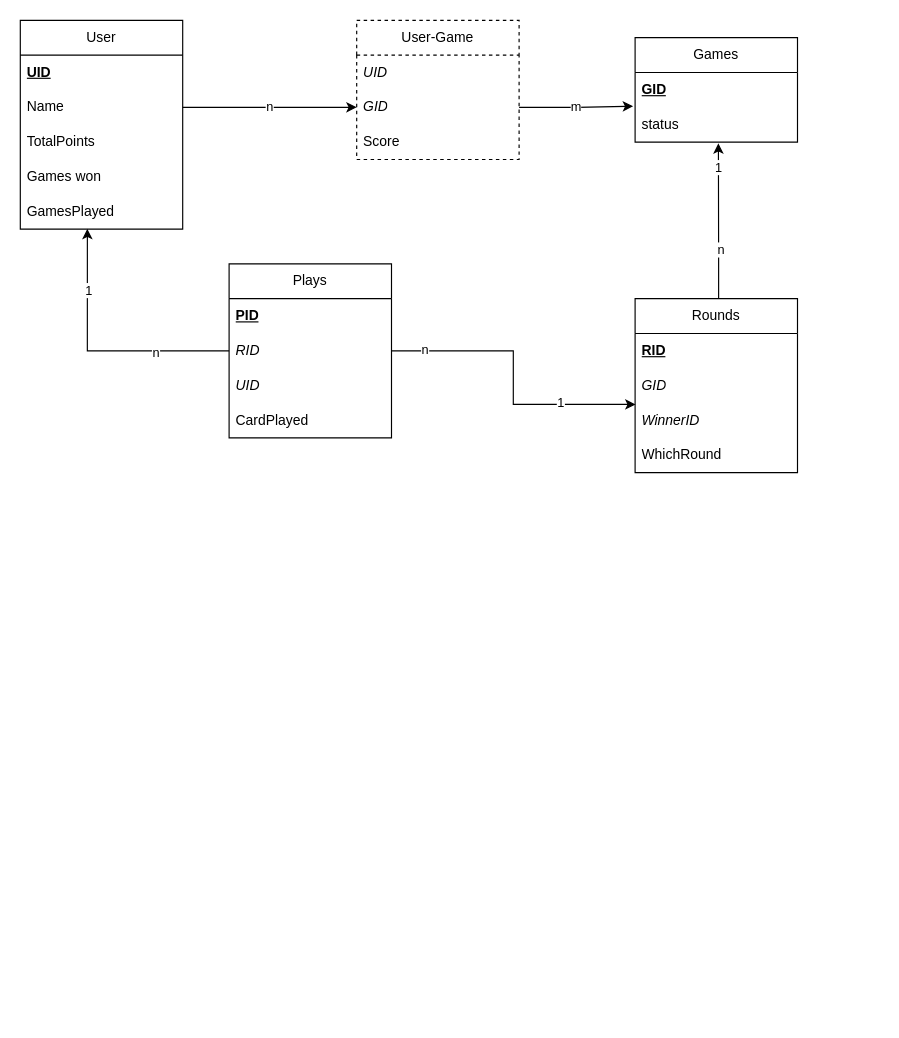
This is doc/ERM_v1.drawio from SIR-M3IN/JassSpiel, a draw.io file, before an edit. Source tidied: cells renumbered, new cells numbered last; positions are measured from the earlier drawing's top-left corner, leaving out a move shared by most shapes. Both pictures are drawn from the tidied source at 116%, with x=0, y=0 at pixel (20, 20).
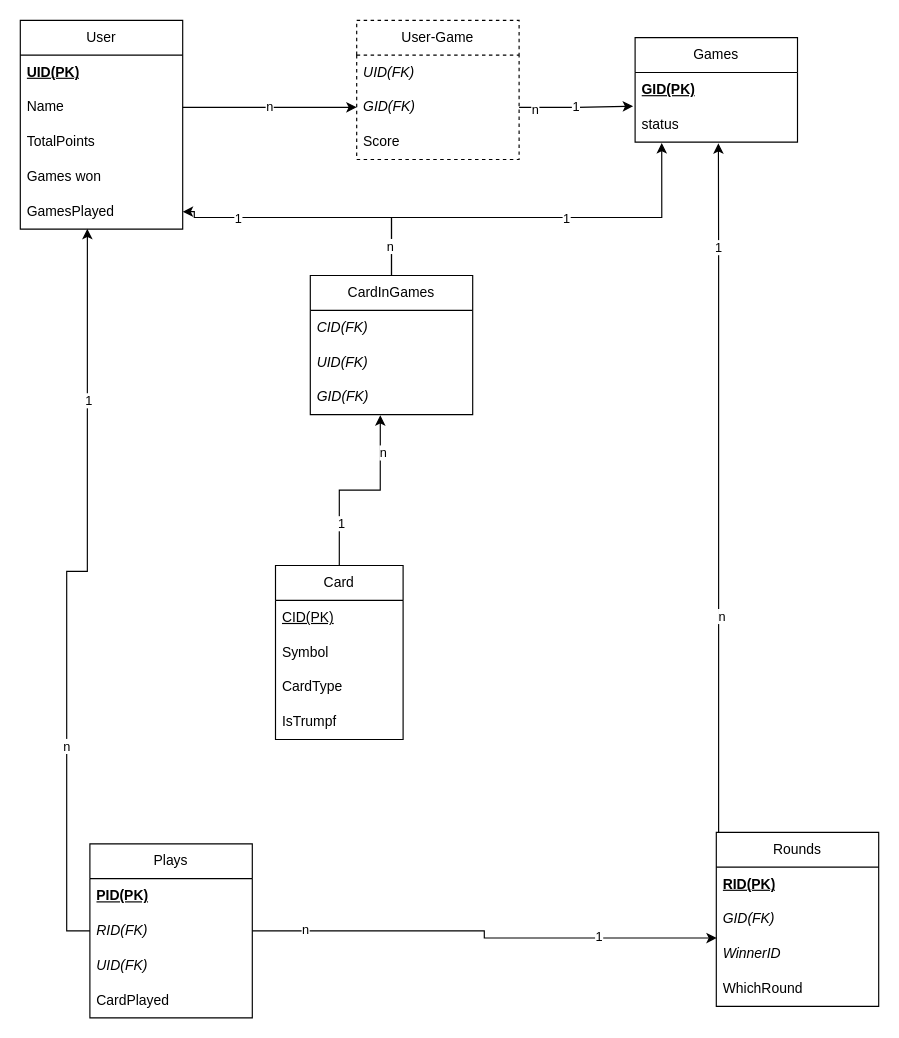
The same diagram, later.

Unchanged cells that the change refers to:
```xml
<mxCell id="2" value="User" style="swimlane;fontStyle=0;horizontal=1;startSize=30;whiteSpace=wrap;html=1;" parent="1" vertex="1">
  <mxGeometry width="140" height="180" as="geometry" />
</mxCell>
<mxCell id="7" value="GamesPlayed" style="text;strokeColor=none;fillColor=none;align=left;verticalAlign=middle;spacingLeft=4;spacingRight=4;overflow=hidden;points=[[0,0.5],[1,0.5]];portConstraint=eastwest;whiteSpace=wrap;html=1;" parent="2" vertex="1">
  <mxGeometry y="150" width="140" height="30" as="geometry" />
</mxCell>
<mxCell id="8" value="Games" style="swimlane;fontStyle=0;horizontal=1;startSize=30;whiteSpace=wrap;html=1;" parent="1" vertex="1">
  <mxGeometry x="530" y="15" width="140" height="90" as="geometry" />
</mxCell>
<mxCell id="10" value="status" style="text;strokeColor=none;fillColor=none;align=left;verticalAlign=middle;spacingLeft=4;spacingRight=4;overflow=hidden;points=[[0,0.5],[1,0.5]];portConstraint=eastwest;whiteSpace=wrap;html=1;" parent="8" vertex="1">
  <mxGeometry y="60" width="140" height="30" as="geometry" />
</mxCell>
<mxCell id="11" value="User-Game" style="swimlane;fontStyle=0;horizontal=1;startSize=30;whiteSpace=wrap;html=1;dashed=1;" parent="1" vertex="1">
  <mxGeometry x="290" width="140" height="120" as="geometry" />
</mxCell>
```

What changed in the source:
```diff
@@
-    <mxCell id="3" value="&lt;b&gt;&lt;u&gt;UID&lt;/u&gt;&lt;/b&gt;" style="text;strokeColor=none;fillColor=none;align=left;verticalAlign=middle;spacingLeft=4;spacingRight=4;overflow=hidden;whiteSpace=wrap;html=1;" parent="2" vertex="1">
+    <mxCell id="3" value="&lt;b&gt;&lt;u&gt;UID(PK)&lt;/u&gt;&lt;/b&gt;" style="text;strokeColor=none;fillColor=none;align=left;verticalAlign=middle;spacingLeft=4;spacingRight=4;overflow=hidden;whiteSpace=wrap;html=1;" parent="2" vertex="1">
       <mxGeometry y="30" width="140" height="30" as="geometry" />
     </mxCell>
@@
-    <mxCell id="9" value="&lt;u&gt;GID&lt;/u&gt;" style="text;strokeColor=none;fillColor=none;align=left;verticalAlign=middle;spacingLeft=4;spacingRight=4;overflow=hidden;whiteSpace=wrap;html=1;fontStyle=1;" parent="8" vertex="1">
+    <mxCell id="9" value="&lt;u&gt;GID(PK)&lt;/u&gt;" style="text;strokeColor=none;fillColor=none;align=left;verticalAlign=middle;spacingLeft=4;spacingRight=4;overflow=hidden;whiteSpace=wrap;html=1;fontStyle=1;" parent="8" vertex="1">
       <mxGeometry y="30" width="140" height="30" as="geometry" />
     </mxCell>
@@
-    <mxCell id="12" value="UID" style="text;strokeColor=none;fillColor=none;align=left;verticalAlign=middle;spacingLeft=4;spacingRight=4;overflow=hidden;whiteSpace=wrap;html=1;fontStyle=2;" parent="11" vertex="1">
+    <mxCell id="12" value="UID(FK)" style="text;strokeColor=none;fillColor=none;align=left;verticalAlign=middle;spacingLeft=4;spacingRight=4;overflow=hidden;whiteSpace=wrap;html=1;fontStyle=2;" parent="11" vertex="1">
       <mxGeometry y="30" width="140" height="30" as="geometry" />
     </mxCell>
-    <mxCell id="13" value="&lt;i&gt;GID&lt;/i&gt;" style="text;strokeColor=none;fillColor=none;align=left;verticalAlign=middle;spacingLeft=4;spacingRight=4;overflow=hidden;points=[[0,0.5],[1,0.5]];portConstraint=eastwest;whiteSpace=wrap;html=1;" parent="11" vertex="1">
+    <mxCell id="13" value="&lt;i&gt;GID(FK)&lt;/i&gt;" style="text;strokeColor=none;fillColor=none;align=left;verticalAlign=middle;spacingLeft=4;spacingRight=4;overflow=hidden;points=[[0,0.5],[1,0.5]];portConstraint=eastwest;whiteSpace=wrap;html=1;" parent="11" vertex="1">
       <mxGeometry y="60" width="140" height="30" as="geometry" />
     </mxCell>
@@
     <mxCell id="15" value="Rounds" style="swimlane;fontStyle=0;horizontal=1;startSize=30;whiteSpace=wrap;html=1;" parent="1" vertex="1">
-      <mxGeometry x="530" y="240" width="140" height="150" as="geometry" />
+      <mxGeometry x="600" y="700" width="140" height="150" as="geometry" />
     </mxCell>
-    <mxCell id="16" value="&lt;b&gt;&lt;u&gt;RID&lt;/u&gt;&lt;/b&gt;" style="text;strokeColor=none;fillColor=none;align=left;verticalAlign=middle;spacingLeft=4;spacingRight=4;overflow=hidden;whiteSpace=wrap;html=1;" parent="15" vertex="1">
+    <mxCell id="16" value="&lt;b&gt;&lt;u&gt;RID(PK)&lt;/u&gt;&lt;/b&gt;" style="text;strokeColor=none;fillColor=none;align=left;verticalAlign=middle;spacingLeft=4;spacingRight=4;overflow=hidden;whiteSpace=wrap;html=1;" parent="15" vertex="1">
       <mxGeometry y="30" width="140" height="30" as="geometry" />
     </mxCell>
-    <mxCell id="17" value="&lt;i&gt;GID&lt;/i&gt;" style="text;strokeColor=none;fillColor=none;align=left;verticalAlign=middle;spacingLeft=4;spacingRight=4;overflow=hidden;points=[[0,0.5],[1,0.5]];portConstraint=eastwest;whiteSpace=wrap;html=1;" parent="15" vertex="1">
+    <mxCell id="17" value="&lt;i&gt;GID(FK)&lt;/i&gt;" style="text;strokeColor=none;fillColor=none;align=left;verticalAlign=middle;spacingLeft=4;spacingRight=4;overflow=hidden;points=[[0,0.5],[1,0.5]];portConstraint=eastwest;whiteSpace=wrap;html=1;" parent="15" vertex="1">
       <mxGeometry y="60" width="140" height="30" as="geometry" />
     </mxCell>
@@
     <mxCell id="20" value="Plays" style="swimlane;fontStyle=0;horizontal=1;startSize=30;whiteSpace=wrap;html=1;" parent="1" vertex="1">
-      <mxGeometry x="180" y="210" width="140" height="150" as="geometry" />
+      <mxGeometry x="60" y="710" width="140" height="150" as="geometry" />
     </mxCell>
-    <mxCell id="21" value="&lt;b&gt;&lt;u&gt;PID&lt;/u&gt;&lt;/b&gt;" style="text;strokeColor=none;fillColor=none;align=left;verticalAlign=middle;spacingLeft=4;spacingRight=4;overflow=hidden;whiteSpace=wrap;html=1;" parent="20" vertex="1">
+    <mxCell id="21" value="&lt;b&gt;&lt;u&gt;PID(PK)&lt;/u&gt;&lt;/b&gt;" style="text;strokeColor=none;fillColor=none;align=left;verticalAlign=middle;spacingLeft=4;spacingRight=4;overflow=hidden;whiteSpace=wrap;html=1;" parent="20" vertex="1">
       <mxGeometry y="30" width="140" height="30" as="geometry" />
     </mxCell>
-    <mxCell id="22" value="&lt;i&gt;RID&lt;/i&gt;" style="text;strokeColor=none;fillColor=none;align=left;verticalAlign=middle;spacingLeft=4;spacingRight=4;overflow=hidden;points=[[0,0.5],[1,0.5]];portConstraint=eastwest;whiteSpace=wrap;html=1;" parent="20" vertex="1">
+    <mxCell id="22" value="&lt;i&gt;RID(FK)&lt;/i&gt;" style="text;strokeColor=none;fillColor=none;align=left;verticalAlign=middle;spacingLeft=4;spacingRight=4;overflow=hidden;points=[[0,0.5],[1,0.5]];portConstraint=eastwest;whiteSpace=wrap;html=1;" parent="20" vertex="1">
       <mxGeometry y="60" width="140" height="30" as="geometry" />
     </mxCell>
-    <mxCell id="23" value="&lt;i&gt;UID&lt;/i&gt;" style="text;strokeColor=none;fillColor=none;align=left;verticalAlign=middle;spacingLeft=4;spacingRight=4;overflow=hidden;whiteSpace=wrap;html=1;" parent="20" vertex="1">
+    <mxCell id="23" value="&lt;i&gt;UID(FK)&lt;/i&gt;" style="text;strokeColor=none;fillColor=none;align=left;verticalAlign=middle;spacingLeft=4;spacingRight=4;overflow=hidden;whiteSpace=wrap;html=1;" parent="20" vertex="1">
       <mxGeometry y="90" width="140" height="30" as="geometry" />
     </mxCell>
@@
-    <mxCell id="26" value="m" style="edgeStyle=orthogonalEdgeStyle;rounded=0;jettySize=auto;html=1;entryX=-0.012;entryY=-0.031;entryDx=0;entryDy=0;entryPerimeter=0;" parent="1" edge="1" source="13" target="10">
+    <mxCell id="26" value="1" style="edgeStyle=orthogonalEdgeStyle;rounded=0;jettySize=auto;html=1;entryX=-0.012;entryY=-0.031;entryDx=0;entryDy=0;entryPerimeter=0;" parent="1" edge="1" source="13" target="10">
       <mxGeometry relative="1" as="geometry">
         <Array as="points">
           <mxPoint x="480" y="75" />
           <mxPoint x="480" y="74" />
         </Array>
       </mxGeometry>
     </mxCell>
+    <mxCell id="36" value="n" style="edgeLabel;html=1;align=center;verticalAlign=middle;" parent="26" vertex="1">
+      <mxGeometry x="-0.73" y="-1" relative="1" as="geometry" />
+    </mxCell>
@@
+    <mxCell id="37" value="Card" style="swimlane;fontStyle=0;horizontal=1;startSize=30;whiteSpace=wrap;html=1;" parent="1" vertex="1">
+      <mxGeometry x="220" y="470" width="110" height="150" as="geometry" />
+    </mxCell>
+    <mxCell id="38" value="&lt;u&gt;CID(PK)&lt;/u&gt;" style="text;strokeColor=none;fillColor=none;align=left;verticalAlign=middle;spacingLeft=4;spacingRight=4;overflow=hidden;whiteSpace=wrap;html=1;" parent="37" vertex="1">
+      <mxGeometry y="30" width="110" height="30" as="geometry" />
+    </mxCell>
+    <mxCell id="39" value="Symbol" style="text;strokeColor=none;fillColor=none;align=left;verticalAlign=middle;spacingLeft=4;spacingRight=4;overflow=hidden;whiteSpace=wrap;html=1;" parent="37" vertex="1">
+      <mxGeometry y="60" width="110" height="30" as="geometry" />
+    </mxCell>
+    <mxCell id="40" value="CardType" style="text;strokeColor=none;fillColor=none;align=left;verticalAlign=middle;spacingLeft=4;spacingRight=4;overflow=hidden;whiteSpace=wrap;html=1;" parent="37" vertex="1">
+      <mxGeometry y="90" width="110" height="30" as="geometry" />
+    </mxCell>
+    <mxCell id="41" value="IsTrumpf" style="text;strokeColor=none;fillColor=none;align=left;verticalAlign=middle;spacingLeft=4;spacingRight=4;overflow=hidden;whiteSpace=wrap;html=1;" parent="37" vertex="1">
+      <mxGeometry y="120" width="110" height="30" as="geometry" />
+    </mxCell>
+    <mxCell id="42" style="edgeStyle=orthogonalEdgeStyle;rounded=0;jettySize=auto;html=1;entryX=1;entryY=0.5;entryDx=0;entryDy=0;" parent="1" edge="1" source="44" target="7">
+      <mxGeometry relative="1" as="geometry">
+        <Array as="points">
+          <mxPoint x="320" y="170" />
+          <mxPoint x="150" y="170" />
+          <mxPoint x="150" y="165" />
+        </Array>
+      </mxGeometry>
+    </mxCell>
+    <mxCell id="43" value="1" style="edgeLabel;html=1;align=center;verticalAlign=middle;" parent="42" vertex="1">
+      <mxGeometry x="0.56" relative="1" as="geometry" />
+    </mxCell>
+    <mxCell id="44" value="CardInGames" style="swimlane;fontStyle=0;horizontal=1;startSize=30;whiteSpace=wrap;html=1;" parent="1" vertex="1">
+      <mxGeometry x="250" y="220" width="140" height="120" as="geometry" />
+    </mxCell>
+    <mxCell id="45" value="&lt;i&gt;CID(FK)&lt;/i&gt;" style="text;strokeColor=none;fillColor=none;align=left;verticalAlign=middle;spacingLeft=4;spacingRight=4;overflow=hidden;whiteSpace=wrap;html=1;" parent="44" vertex="1">
+      <mxGeometry y="30" width="140" height="30" as="geometry" />
+    </mxCell>
+    <mxCell id="46" value="&lt;i&gt;UID(FK)&lt;/i&gt;" style="text;strokeColor=none;fillColor=none;align=left;verticalAlign=middle;spacingLeft=4;spacingRight=4;overflow=hidden;whiteSpace=wrap;html=1;" parent="44" vertex="1">
+      <mxGeometry y="60" width="140" height="30" as="geometry" />
+    </mxCell>
+    <mxCell id="47" value="&lt;i&gt;GID(FK)&lt;/i&gt;" style="text;strokeColor=none;fillColor=none;align=left;verticalAlign=middle;spacingLeft=4;spacingRight=4;overflow=hidden;points=[[0,0.5],[1,0.5]];portConstraint=eastwest;whiteSpace=wrap;html=1;" parent="44" vertex="1">
+      <mxGeometry y="90" width="140" height="30" as="geometry" />
+    </mxCell>
+    <mxCell id="48" style="edgeStyle=orthogonalEdgeStyle;rounded=0;jettySize=auto;html=1;entryX=0.431;entryY=1.015;entryDx=0;entryDy=0;entryPerimeter=0;" parent="1" edge="1" source="37" target="47">
+      <mxGeometry relative="1" as="geometry" />
+    </mxCell>
+    <mxCell id="49" value="n" style="edgeLabel;html=1;align=center;verticalAlign=middle;" parent="48" vertex="1">
+      <mxGeometry x="0.61" y="-2" relative="1" as="geometry" />
+    </mxCell>
+    <mxCell id="50" value="1" style="edgeLabel;html=1;align=center;verticalAlign=middle;" parent="48" vertex="1">
+      <mxGeometry x="-0.55" y="-1" relative="1" as="geometry" />
+    </mxCell>
+    <mxCell id="51" style="edgeStyle=orthogonalEdgeStyle;rounded=0;jettySize=auto;html=1;entryX=0.164;entryY=1.026;entryDx=0;entryDy=0;entryPerimeter=0;" parent="1" edge="1" source="44" target="10">
+      <mxGeometry relative="1" as="geometry">
+        <Array as="points">
+          <mxPoint x="320" y="170" />
+          <mxPoint x="553" y="170" />
+        </Array>
+      </mxGeometry>
+    </mxCell>
+    <mxCell id="52" value="n" style="edgeLabel;html=1;align=center;verticalAlign=middle;" parent="51" vertex="1">
+      <mxGeometry x="-0.85" y="2" relative="1" as="geometry" />
+    </mxCell>
+    <mxCell id="53" value="1" style="edgeLabel;html=1;align=center;verticalAlign=middle;" parent="51" vertex="1">
+      <mxGeometry x="0.15" relative="1" as="geometry" />
+    </mxCell>
```
